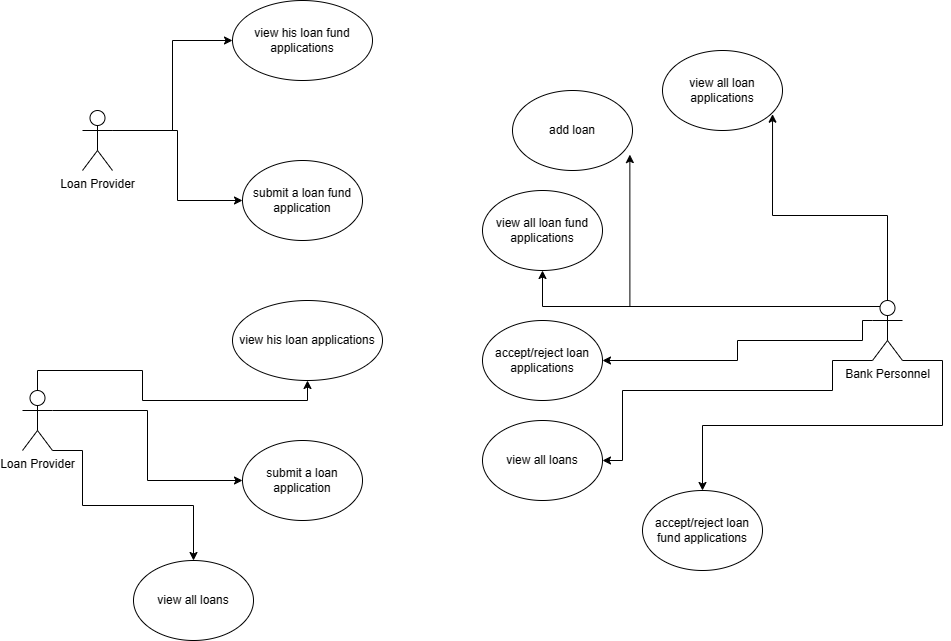
This is use case diagram.png from DohaRamadan/Bank-Loans, a draw.io export, as it was before one commit. Source tidied: cells renumbered, new cells last; positions are measured from the earlier drawing's top-left corner, leaving out a move shared by most shapes. Source of this version:
```xml
<mxGraphModel>
  <root>
    <mxCell id="0" />
    <mxCell id="1" parent="0" />
    <mxCell id="2" style="edgeStyle=orthogonalEdgeStyle;rounded=0;jettySize=auto;html=1;" parent="1" edge="1" source="4" target="5">
      <mxGeometry relative="1" as="geometry">
        <Array as="points">
          <mxPoint x="150" y="130" />
          <mxPoint x="150" y="40" />
        </Array>
      </mxGeometry>
    </mxCell>
    <mxCell id="3" style="edgeStyle=orthogonalEdgeStyle;rounded=0;jettySize=auto;html=1;exitX=1;exitY=0.3333333333333333;exitDx=0;exitDy=0;exitPerimeter=0;" parent="1" edge="1" source="4" target="6">
      <mxGeometry relative="1" as="geometry" />
    </mxCell>
    <mxCell id="4" value="Loan Provider" style="shape=umlActor;verticalLabelPosition=bottom;verticalAlign=top;html=1;outlineConnect=0;" parent="1" vertex="1">
      <mxGeometry x="60" y="110" width="30" height="60" as="geometry" />
    </mxCell>
    <mxCell id="5" value="view his loan fund applications" style="ellipse;whiteSpace=wrap;html=1;" parent="1" vertex="1">
      <mxGeometry x="210" width="140" height="80" as="geometry" />
    </mxCell>
    <mxCell id="6" value="submit a loan fund application" style="ellipse;whiteSpace=wrap;html=1;" parent="1" vertex="1">
      <mxGeometry x="220" y="160" width="120" height="80" as="geometry" />
    </mxCell>
    <mxCell id="7" style="edgeStyle=orthogonalEdgeStyle;rounded=0;jettySize=auto;html=1;exitX=1;exitY=0.3333333333333333;exitDx=0;exitDy=0;exitPerimeter=0;" parent="1" edge="1" source="10" target="12">
      <mxGeometry relative="1" as="geometry" />
    </mxCell>
    <mxCell id="8" style="edgeStyle=orthogonalEdgeStyle;rounded=0;jettySize=auto;html=1;exitX=0.5;exitY=0;exitDx=0;exitDy=0;exitPerimeter=0;" parent="1" edge="1" source="10" target="11">
      <mxGeometry relative="1" as="geometry" />
    </mxCell>
    <mxCell id="9" style="edgeStyle=orthogonalEdgeStyle;rounded=0;jettySize=auto;html=1;exitX=1;exitY=1;exitDx=0;exitDy=0;exitPerimeter=0;" parent="1" edge="1" source="10" target="13">
      <mxGeometry relative="1" as="geometry">
        <Array as="points">
          <mxPoint x="60" y="450" />
          <mxPoint x="60" y="505" />
          <mxPoint x="171" y="505" />
        </Array>
      </mxGeometry>
    </mxCell>
    <mxCell id="10" value="Loan Provider" style="shape=umlActor;verticalLabelPosition=bottom;verticalAlign=top;html=1;outlineConnect=0;" parent="1" vertex="1">
      <mxGeometry y="390" width="30" height="60" as="geometry" />
    </mxCell>
    <mxCell id="11" value="view his loan applications" style="ellipse;whiteSpace=wrap;html=1;" parent="1" vertex="1">
      <mxGeometry x="210" y="300" width="150" height="80" as="geometry" />
    </mxCell>
    <mxCell id="12" value="submit a loan application" style="ellipse;whiteSpace=wrap;html=1;" parent="1" vertex="1">
      <mxGeometry x="220" y="440" width="120" height="80" as="geometry" />
    </mxCell>
    <mxCell id="13" value="view all loans" style="ellipse;whiteSpace=wrap;html=1;" parent="1" vertex="1">
      <mxGeometry x="111" y="560" width="120" height="80" as="geometry" />
    </mxCell>
    <mxCell id="14" style="edgeStyle=orthogonalEdgeStyle;rounded=0;jettySize=auto;html=1;exitX=0.25;exitY=0.1;exitDx=0;exitDy=0;exitPerimeter=0;" parent="1" edge="1" source="20" target="22">
      <mxGeometry relative="1" as="geometry" />
    </mxCell>
    <mxCell id="15" style="edgeStyle=orthogonalEdgeStyle;rounded=0;jettySize=auto;html=1;exitX=0.5;exitY=0;exitDx=0;exitDy=0;exitPerimeter=0;entryX=0.917;entryY=0.796;entryDx=0;entryDy=0;entryPerimeter=0;" parent="1" edge="1" source="20" target="21">
      <mxGeometry relative="1" as="geometry" />
    </mxCell>
    <mxCell id="16" style="edgeStyle=orthogonalEdgeStyle;rounded=0;jettySize=auto;html=1;exitX=0;exitY=0.3333333333333333;exitDx=0;exitDy=0;exitPerimeter=0;" parent="1" edge="1" source="20" target="23">
      <mxGeometry relative="1" as="geometry">
        <Array as="points">
          <mxPoint x="840" y="320" />
          <mxPoint x="840" y="340" />
          <mxPoint x="715" y="340" />
          <mxPoint x="715" y="360" />
        </Array>
      </mxGeometry>
    </mxCell>
    <mxCell id="17" style="edgeStyle=orthogonalEdgeStyle;rounded=0;jettySize=auto;html=1;exitX=1;exitY=1;exitDx=0;exitDy=0;exitPerimeter=0;" parent="1" edge="1" source="20" target="24">
      <mxGeometry relative="1" as="geometry">
        <Array as="points">
          <mxPoint x="920" y="360" />
          <mxPoint x="920" y="425" />
          <mxPoint x="680" y="425" />
        </Array>
      </mxGeometry>
    </mxCell>
    <mxCell id="18" style="edgeStyle=orthogonalEdgeStyle;rounded=0;jettySize=auto;html=1;exitX=0.25;exitY=0.1;exitDx=0;exitDy=0;exitPerimeter=0;entryX=0.978;entryY=0.801;entryDx=0;entryDy=0;entryPerimeter=0;" parent="1" edge="1" source="20" target="25">
      <mxGeometry relative="1" as="geometry" />
    </mxCell>
    <mxCell id="19" style="edgeStyle=orthogonalEdgeStyle;rounded=0;jettySize=auto;html=1;entryX=0.917;entryY=0.5;entryDx=0;entryDy=0;entryPerimeter=0;exitX=0;exitY=1;exitDx=0;exitDy=0;exitPerimeter=0;" parent="1" edge="1" source="20">
      <mxGeometry relative="1" as="geometry">
        <mxPoint x="580" y="460" as="targetPoint" />
        <Array as="points">
          <mxPoint x="810" y="360" />
          <mxPoint x="810" y="390" />
          <mxPoint x="600" y="390" />
          <mxPoint x="600" y="460" />
        </Array>
      </mxGeometry>
    </mxCell>
    <mxCell id="20" value="Bank Personnel" style="shape=umlActor;verticalLabelPosition=bottom;verticalAlign=top;html=1;outlineConnect=0;" parent="1" vertex="1">
      <mxGeometry x="850" y="300" width="30" height="60" as="geometry" />
    </mxCell>
    <mxCell id="21" value="view all loan applications" style="ellipse;whiteSpace=wrap;html=1;" parent="1" vertex="1">
      <mxGeometry x="640" y="50" width="120" height="80" as="geometry" />
    </mxCell>
    <mxCell id="22" value="view all loan fund applications" style="ellipse;whiteSpace=wrap;html=1;" parent="1" vertex="1">
      <mxGeometry x="460" y="190" width="120" height="80" as="geometry" />
    </mxCell>
    <mxCell id="23" value="accept/reject loan applications" style="ellipse;whiteSpace=wrap;html=1;" parent="1" vertex="1">
      <mxGeometry x="460" y="320" width="120" height="80" as="geometry" />
    </mxCell>
    <mxCell id="24" value="accept/reject loan fund applications" style="ellipse;whiteSpace=wrap;html=1;" parent="1" vertex="1">
      <mxGeometry x="620" y="490" width="120" height="80" as="geometry" />
    </mxCell>
    <mxCell id="25" value="add loan" style="ellipse;whiteSpace=wrap;html=1;" parent="1" vertex="1">
      <mxGeometry x="490" y="90" width="120" height="80" as="geometry" />
    </mxCell>
    <mxCell id="26" value="view all loans" style="ellipse;whiteSpace=wrap;html=1;" parent="1" vertex="1">
      <mxGeometry x="460" y="420" width="120" height="80" as="geometry" />
    </mxCell>
  </root>
</mxGraphModel>
```
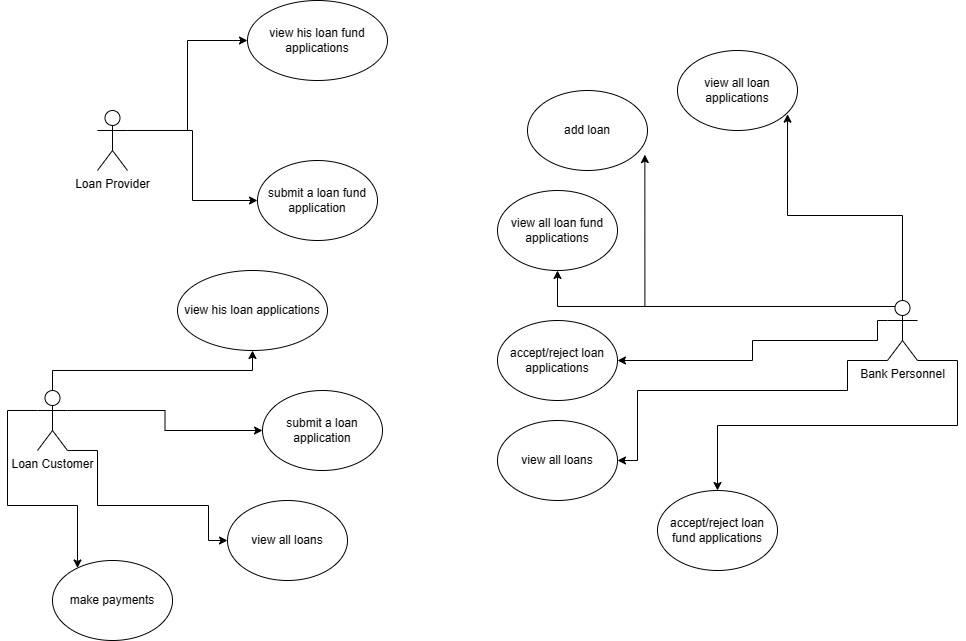
Later version of the same file.

Diff of the diagram source:
```diff
@@ -37,17 +37,26 @@
         </Array>
       </mxGeometry>
     </mxCell>
+    <mxCell id="27" style="edgeStyle=orthogonalEdgeStyle;rounded=0;jettySize=auto;html=1;" parent="1" edge="1" source="10" target="28">
+      <mxGeometry relative="1" as="geometry">
+        <Array as="points">
+          <mxPoint x="-30" y="410" />
+          <mxPoint x="-30" y="505" />
+          <mxPoint x="40" y="505" />
+        </Array>
+      </mxGeometry>
+    </mxCell>
-    <mxCell id="10" value="Loan Provider" style="shape=umlActor;verticalLabelPosition=bottom;verticalAlign=top;html=1;outlineConnect=0;" parent="1" vertex="1">
+    <mxCell id="10" value="Loan Customer&lt;br&gt;" style="shape=umlActor;verticalLabelPosition=bottom;verticalAlign=top;html=1;outlineConnect=0;" parent="1" vertex="1">
       <mxGeometry y="390" width="30" height="60" as="geometry" />
     </mxCell>
     <mxCell id="11" value="view his loan applications" style="ellipse;whiteSpace=wrap;html=1;" parent="1" vertex="1">
-      <mxGeometry x="210" y="300" width="150" height="80" as="geometry" />
+      <mxGeometry x="140" y="270" width="150" height="80" as="geometry" />
     </mxCell>
     <mxCell id="12" value="submit a loan application" style="ellipse;whiteSpace=wrap;html=1;" parent="1" vertex="1">
-      <mxGeometry x="220" y="440" width="120" height="80" as="geometry" />
+      <mxGeometry x="225" y="390" width="120" height="80" as="geometry" />
     </mxCell>
     <mxCell id="13" value="view all loans" style="ellipse;whiteSpace=wrap;html=1;" parent="1" vertex="1">
-      <mxGeometry x="111" y="560" width="120" height="80" as="geometry" />
+      <mxGeometry x="190" y="500" width="120" height="80" as="geometry" />
     </mxCell>
     <mxCell id="14" style="edgeStyle=orthogonalEdgeStyle;rounded=0;jettySize=auto;html=1;exitX=0.25;exitY=0.1;exitDx=0;exitDy=0;exitPerimeter=0;" parent="1" edge="1" source="20" target="22">
       <mxGeometry relative="1" as="geometry" />
@@ -109,5 +118,8 @@
     <mxCell id="26" value="view all loans" style="ellipse;whiteSpace=wrap;html=1;" parent="1" vertex="1">
       <mxGeometry x="460" y="420" width="120" height="80" as="geometry" />
     </mxCell>
+    <mxCell id="28" value="make payments" style="ellipse;whiteSpace=wrap;html=1;" parent="1" vertex="1">
+      <mxGeometry x="15" y="560" width="120" height="80" as="geometry" />
+    </mxCell>
   </root>
 </mxGraphModel>
```
